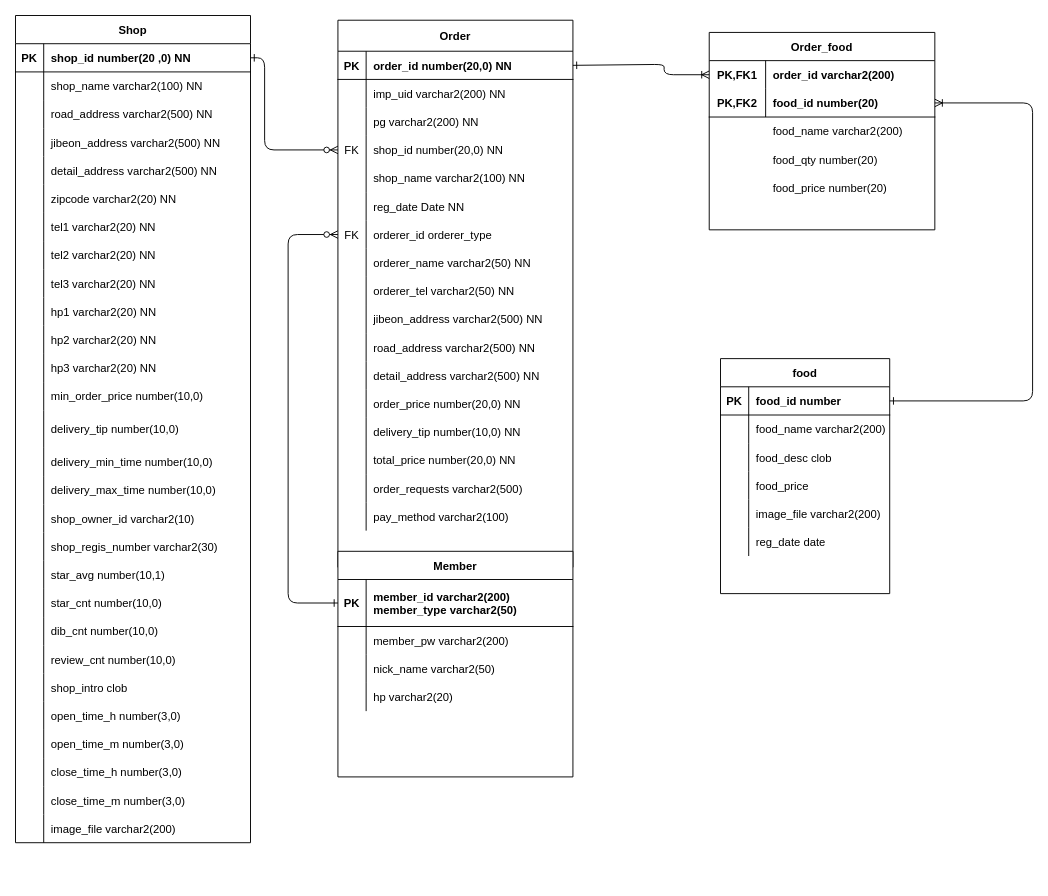
Above: src/main/webapp/WEB-INF/erd/order_erd.drawio in jihoho/jeogiyo (draw.io), before the change. Source tidied: cells renumbered, new cells numbered last; positions are measured from the earlier drawing's top-left corner, leaving out a move shared by most shapes. Both pictures are drawn from the tidied source at 94%, with x=0, y=0 at pixel (15, 15).
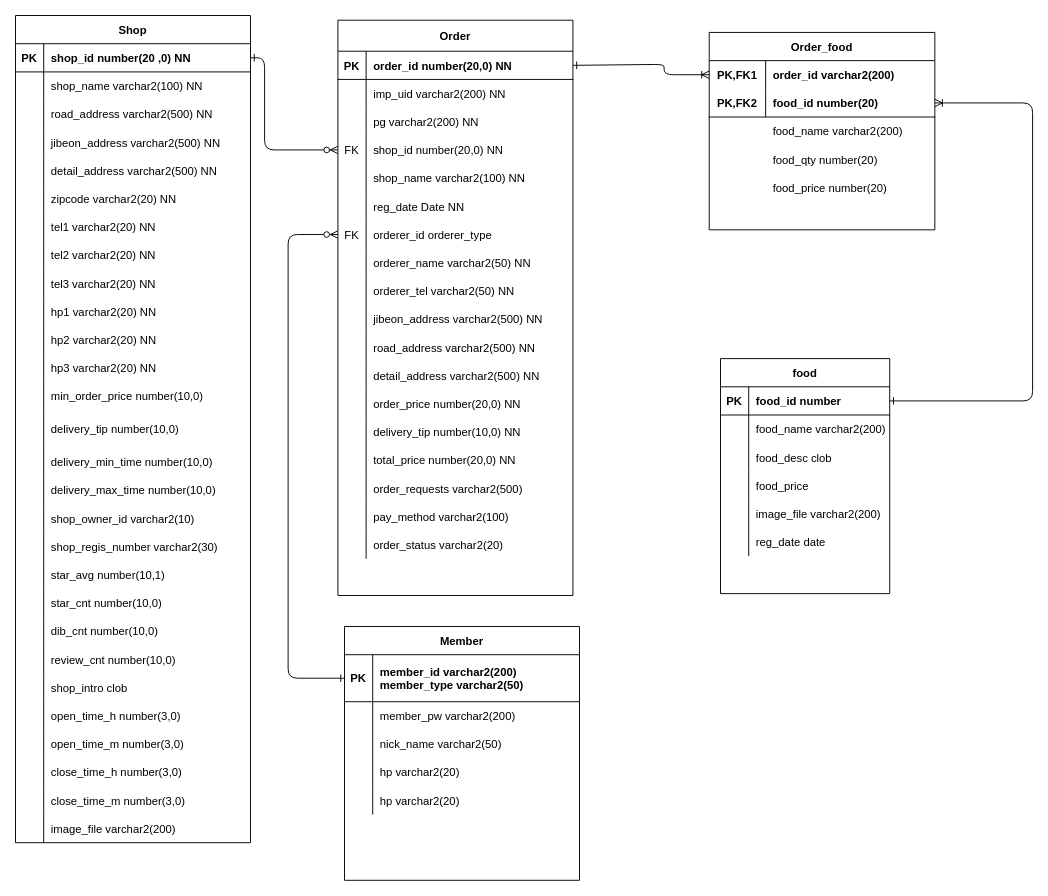
After the change.

The change refers to these unchanged cells:
```xml
<mxCell id="121" style="group;" parent="1" vertex="1">
  <mxGeometry x="343" y="5" width="250" height="482" as="geometry" />
</mxCell>
<mxCell id="141" style="shape=partialRectangle;fillColor=none;points=[[0,0.5],[1,0.5]];portConstraint=eastwest;top=0;left=0;right=0;bottom=0;" parent="122" vertex="1">
  <mxGeometry y="213" width="250" height="30" as="geometry" />
</mxCell>
<mxCell id="175" style="shape=partialRectangle;fillColor=none;points=[[0,0.5],[1,0.5]];portConstraint=eastwest;top=0;left=0;right=0;bottom=1;" parent="174" vertex="1">
  <mxGeometry y="30" width="250" height="50" as="geometry" />
</mxCell>
```

Change to the diagram source:
```diff
@@
     <mxCell id="122" value="Order" style="shape=table;startSize=33;childLayout=tableLayout;rowLines=0;fontStyle=1;align=center;" parent="121" vertex="1">
-      <mxGeometry width="250" height="582" as="geometry" />
+      <mxGeometry width="250" height="612" as="geometry" />
     </mxCell>
@@
+    <mxCell id="188" style="shape=partialRectangle;fillColor=none;top=0;left=0;right=0;bottom=0;" parent="122" vertex="1">
+      <mxGeometry y="543" width="250" height="30" as="geometry" />
+    </mxCell>
+    <mxCell id="189" style="shape=partialRectangle;overflow=hidden;fillColor=none;top=0;left=0;bottom=0;right=0;" parent="188" vertex="1">
+      <mxGeometry width="30" height="30" as="geometry" />
+    </mxCell>
+    <mxCell id="190" value="order_status varchar2(20) " style="shape=partialRectangle;overflow=hidden;fillColor=none;top=0;left=0;bottom=0;right=0;align=left;spacingLeft=6;" parent="188" vertex="1">
+      <mxGeometry x="30" width="220" height="30" as="geometry" />
+    </mxCell>
     <mxCell id="174" value="Member" style="shape=table;startSize=30;childLayout=tableLayout;rowLines=0;fontStyle=1;align=center;" parent="1" vertex="1">
-      <mxGeometry x="343" y="570" width="250" height="240" as="geometry" />
+      <mxGeometry x="350" y="650" width="250" height="270" as="geometry" />
     </mxCell>
@@
+    <mxCell id="191" style="shape=partialRectangle;fillColor=none;top=0;left=0;right=0;bottom=0;" parent="174" vertex="1">
+      <mxGeometry y="170" width="250" height="30" as="geometry" />
+    </mxCell>
+    <mxCell id="192" style="shape=partialRectangle;overflow=hidden;fillColor=none;top=0;left=0;bottom=0;right=0;" parent="191" vertex="1">
+      <mxGeometry width="30" height="30" as="geometry" />
+    </mxCell>
+    <mxCell id="193" value="hp varchar2(20)" style="shape=partialRectangle;overflow=hidden;fillColor=none;top=0;left=0;bottom=0;right=0;align=left;spacingLeft=6;" parent="191" vertex="1">
+      <mxGeometry x="30" width="220" height="30" as="geometry" />
+    </mxCell>
     <mxCell id="187" style="edgeStyle=orthogonalEdgeStyle;endArrow=ERone;startArrow=ERzeroToMany;endFill=0;startFill=1;entryX=0;entryY=0.5;entryDx=0;entryDy=0;exitX=0;exitY=0.5;exitDx=0;exitDy=0;" parent="1" edge="1" source="141" target="175">
       <mxGeometry x="360" y="100" as="geometry">
         <Array as="points">
           <mxPoint x="290" y="233" />
-          <mxPoint x="290" y="625" />
+          <mxPoint x="290" y="705" />
         </Array>
       </mxGeometry>
     </mxCell>
```
